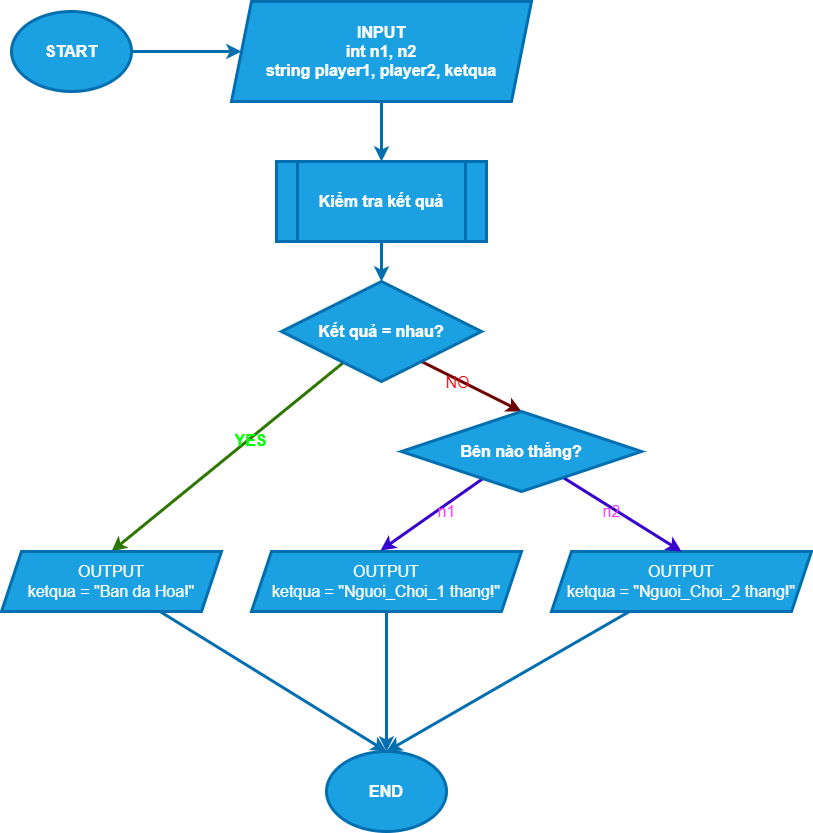
This is Lab_2/Bai_2/FlowBai_2_2.drawio.png from MinkWungNe/NLNNLT, a draw.io export, as it was before one commit. Source tidied: cells renumbered, new cells last; positions are measured from the earlier drawing's top-left corner, leaving out a move shared by most shapes.
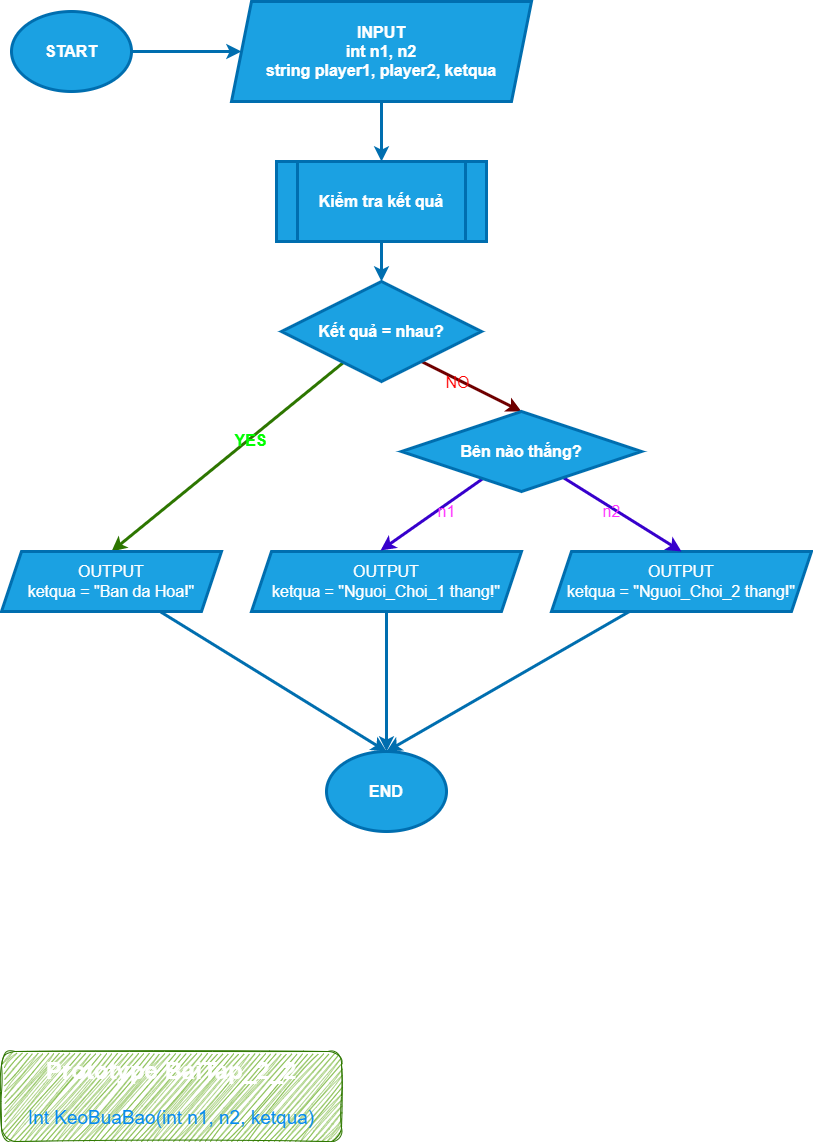
After the change.

What changed in the source:
```diff
@@ -75,5 +75,8 @@
     <mxCell id="24" value="OUTPUT&lt;br&gt;ketqua = &quot;Ban da Hoa!&quot;" style="shape=parallelogram;perimeter=parallelogramPerimeter;whiteSpace=wrap;html=1;fixedSize=1;strokeWidth=3;fontSize=16;fillColor=#1ba1e2;fontColor=#ffffff;strokeColor=#006EAF;" parent="1" vertex="1">
       <mxGeometry y="550" width="220" height="60" as="geometry" />
     </mxCell>
+    <mxCell id="25" value="&lt;h1&gt;&lt;span style=&quot;background-color: initial;&quot;&gt;Prototype BaiTap_2_2&lt;/span&gt;&lt;/h1&gt;&lt;h1&gt;&lt;span style=&quot;font-weight: 400;&quot;&gt;&lt;font color=&quot;#058af0&quot; style=&quot;font-size: 19px;&quot;&gt;Int KeoBuaBao(int n1, n2, ketqua)&lt;/font&gt;&lt;/span&gt;&lt;/h1&gt;" style="text;html=1;strokeColor=#2D7600;fillColor=#60a917;spacing=5;spacingTop=-20;whiteSpace=wrap;overflow=hidden;rounded=1;fontColor=#ffffff;sketch=1;curveFitting=1;jiggle=2;align=center;" parent="1" vertex="1">
+      <mxGeometry y="1050" width="340" height="90" as="geometry" />
+    </mxCell>
   </root>
 </mxGraphModel>
```
